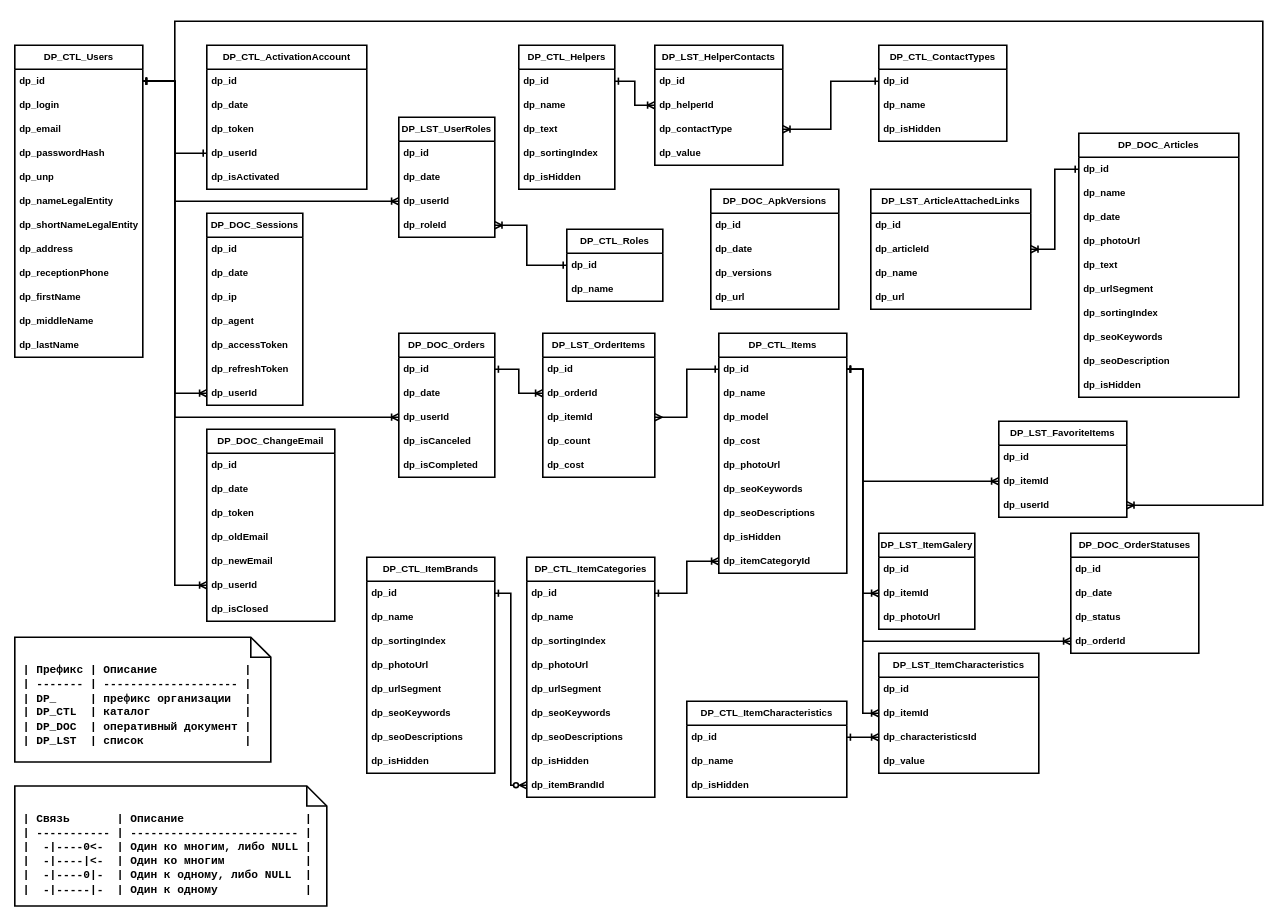
The draw.io diagram sources/images/db/db.drawio in Pavel-Innokentevich-Galanin/dp_report, before the edit. Source tidied: cells renumbered, new cells numbered last; positions are measured from the earlier drawing's top-left corner, leaving out a move shared by most shapes. Both pictures are drawn from the tidied source at 80%, with x=0, y=0 at pixel (14, 21).
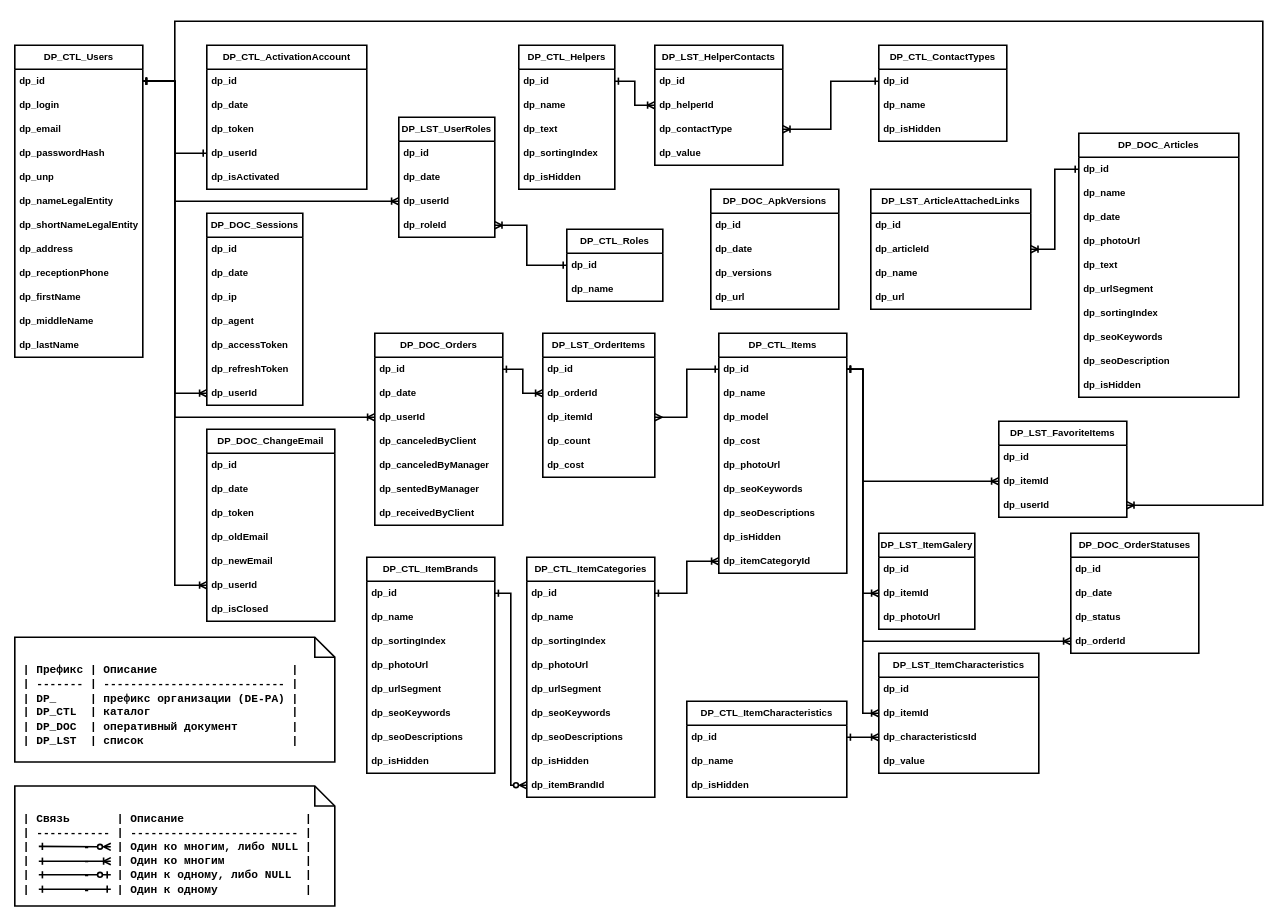
The same page after the edit.

Diff of the diagram source:
```diff
@@
     <mxCell id="87" value="DP_DOC_Orders" style="swimlane;fontStyle=1;horizontal=1;startSize=30;whiteSpace=wrap;html=1;strokeWidth=2;" parent="1" vertex="1">
-      <mxGeometry x="480" y="390" width="120" height="180" as="geometry" />
+      <mxGeometry x="450" y="390" width="160" height="240" as="geometry" />
     </mxCell>
     <mxCell id="88" value="dp_id" style="text;strokeColor=none;fillColor=none;align=left;verticalAlign=middle;spacingLeft=4;spacingRight=4;overflow=hidden;points=[[0,0.5],[1,0.5]];portConstraint=eastwest;whiteSpace=wrap;html=1;strokeWidth=2;fontStyle=1;" parent="87" vertex="1">
-      <mxGeometry y="30" width="120" height="30" as="geometry" />
+      <mxGeometry y="30" width="160" height="30" as="geometry" />
     </mxCell>
     <mxCell id="89" value="dp_date" style="text;strokeColor=none;fillColor=none;align=left;verticalAlign=middle;spacingLeft=4;spacingRight=4;overflow=hidden;whiteSpace=wrap;html=1;strokeWidth=2;fontStyle=1;" parent="87" vertex="1">
-      <mxGeometry y="60" width="120" height="30" as="geometry" />
+      <mxGeometry y="60" width="160" height="30" as="geometry" />
     </mxCell>
     <mxCell id="90" value="dp_userId" style="text;strokeColor=none;fillColor=none;align=left;verticalAlign=middle;spacingLeft=4;spacingRight=4;overflow=hidden;points=[[0,0.5],[1,0.5]];portConstraint=eastwest;whiteSpace=wrap;html=1;strokeWidth=2;fontStyle=1;" parent="87" vertex="1">
-      <mxGeometry y="90" width="120" height="30" as="geometry" />
+      <mxGeometry y="90" width="160" height="30" as="geometry" />
     </mxCell>
-    <mxCell id="91" value="dp_isCanceled" style="text;strokeColor=none;fillColor=none;align=left;verticalAlign=middle;spacingLeft=4;spacingRight=4;overflow=hidden;whiteSpace=wrap;html=1;strokeWidth=2;fontStyle=1;" parent="87" vertex="1">
-      <mxGeometry y="120" width="120" height="30" as="geometry" />
+    <mxCell id="91" value="dp_canceledByClient" style="text;strokeColor=none;fillColor=none;align=left;verticalAlign=middle;spacingLeft=4;spacingRight=4;overflow=hidden;whiteSpace=wrap;html=1;strokeWidth=2;fontStyle=1;" parent="87" vertex="1">
+      <mxGeometry y="120" width="160" height="30" as="geometry" />
     </mxCell>
+    <mxCell id="165" value="dp_canceledByManager" style="text;strokeColor=none;fillColor=none;align=left;verticalAlign=middle;spacingLeft=4;spacingRight=4;overflow=hidden;whiteSpace=wrap;html=1;strokeWidth=2;fontStyle=1;" parent="87" vertex="1">
+      <mxGeometry y="150" width="160" height="30" as="geometry" />
+    </mxCell>
+    <mxCell id="166" value="dp_sentedByManager" style="text;strokeColor=none;fillColor=none;align=left;verticalAlign=middle;spacingLeft=4;spacingRight=4;overflow=hidden;whiteSpace=wrap;html=1;strokeWidth=2;fontStyle=1;" parent="87" vertex="1">
+      <mxGeometry y="180" width="160" height="30" as="geometry" />
+    </mxCell>
-    <mxCell id="92" value="dp_isCompleted" style="text;strokeColor=none;fillColor=none;align=left;verticalAlign=middle;spacingLeft=4;spacingRight=4;overflow=hidden;whiteSpace=wrap;html=1;strokeWidth=2;fontStyle=1;" parent="87" vertex="1">
-      <mxGeometry y="150" width="120" height="30" as="geometry" />
+    <mxCell id="92" value="dp_receivedByClient" style="text;strokeColor=none;fillColor=none;align=left;verticalAlign=middle;spacingLeft=4;spacingRight=4;overflow=hidden;whiteSpace=wrap;html=1;strokeWidth=2;fontStyle=1;" parent="87" vertex="1">
+      <mxGeometry y="210" width="160" height="30" as="geometry" />
     </mxCell>
@@
-    <mxCell id="163" value="&lt;font face=&quot;Courier New&quot; style=&quot;font-size: 14px;&quot;&gt;&amp;nbsp;| Префикс | Описание&amp;nbsp; &amp;nbsp; &amp;nbsp; &amp;nbsp; &amp;nbsp; &amp;nbsp; &amp;nbsp;|&lt;br style=&quot;font-size: 14px;&quot;&gt;&amp;nbsp;| ------- | -------------------- |&lt;br style=&quot;font-size: 14px;&quot;&gt;&amp;nbsp;| DP_&amp;nbsp; &amp;nbsp; &amp;nbsp;| префикс организации&amp;nbsp; |&lt;br style=&quot;font-size: 14px;&quot;&gt;&amp;nbsp;| DP_CTL&amp;nbsp; | каталог&amp;nbsp; &amp;nbsp; &amp;nbsp; &amp;nbsp; &amp;nbsp; &amp;nbsp; &amp;nbsp; |&lt;br style=&quot;font-size: 14px;&quot;&gt;&amp;nbsp;| DP_DOC&amp;nbsp; | оперативный документ |&lt;br style=&quot;font-size: 14px;&quot;&gt;&amp;nbsp;| DP_LST&amp;nbsp; | список&amp;nbsp; &amp;nbsp; &amp;nbsp; &amp;nbsp; &amp;nbsp; &amp;nbsp; &amp;nbsp; &amp;nbsp;|&lt;br&gt;&lt;br&gt;&lt;/font&gt;" style="shape=note2;boundedLbl=1;whiteSpace=wrap;html=1;size=25;verticalAlign=top;align=left;strokeWidth=2;fontStyle=1;fontSize=14;" parent="1" vertex="1">
-      <mxGeometry y="770" width="320" height="156" as="geometry" />
+    <mxCell id="163" value="&lt;font face=&quot;Courier New&quot; style=&quot;font-size: 14px;&quot;&gt;&amp;nbsp;| Префикс | Описание&amp;nbsp; &amp;nbsp; &amp;nbsp; &amp;nbsp; &amp;nbsp; &amp;nbsp; &amp;nbsp; &amp;nbsp; &amp;nbsp; &amp;nbsp; |&lt;br style=&quot;font-size: 14px;&quot;&gt;&amp;nbsp;| ------- | --------------------------- |&lt;br style=&quot;font-size: 14px;&quot;&gt;&amp;nbsp;| DP_&amp;nbsp; &amp;nbsp; &amp;nbsp;| префикс организации (DE-PA) |&lt;br style=&quot;font-size: 14px;&quot;&gt;&amp;nbsp;| DP_CTL&amp;nbsp; | каталог&amp;nbsp; &amp;nbsp; &amp;nbsp; &amp;nbsp; &amp;nbsp; &amp;nbsp; &amp;nbsp; &amp;nbsp; &amp;nbsp; &amp;nbsp; &amp;nbsp;|&lt;br style=&quot;font-size: 14px;&quot;&gt;&amp;nbsp;| DP_DOC&amp;nbsp; | оперативный документ&amp;nbsp; &amp;nbsp; &amp;nbsp; &amp;nbsp; |&lt;br style=&quot;font-size: 14px;&quot;&gt;&amp;nbsp;| DP_LST&amp;nbsp; | список&amp;nbsp; &amp;nbsp; &amp;nbsp; &amp;nbsp; &amp;nbsp; &amp;nbsp; &amp;nbsp; &amp;nbsp; &amp;nbsp; &amp;nbsp; &amp;nbsp; |&lt;br&gt;&lt;br&gt;&lt;/font&gt;" style="shape=note2;boundedLbl=1;whiteSpace=wrap;html=1;size=25;verticalAlign=top;align=left;strokeWidth=2;fontStyle=1;fontSize=14;" parent="1" vertex="1">
+      <mxGeometry y="770" width="400" height="156" as="geometry" />
     </mxCell>
-    <mxCell id="164" value="&lt;font face=&quot;Courier New&quot; style=&quot;font-size: 14px;&quot;&gt;&amp;nbsp;| Связь&amp;nbsp; &amp;nbsp; &amp;nbsp; &amp;nbsp;| Описание&amp;nbsp; &amp;nbsp; &amp;nbsp; &amp;nbsp; &amp;nbsp; &amp;nbsp; &amp;nbsp; &amp;nbsp; &amp;nbsp; |&lt;br&gt;&amp;nbsp;| ----------- | ------------------------- |&lt;br&gt;&amp;nbsp;|&amp;nbsp; -|----0&amp;lt;-&amp;nbsp; | Один ко многим, либо NULL |&lt;br&gt;&amp;nbsp;|&amp;nbsp; -|----|&amp;lt;-&amp;nbsp; | Один ко многим&amp;nbsp; &amp;nbsp; &amp;nbsp; &amp;nbsp; &amp;nbsp; &amp;nbsp; |&lt;br&gt;&amp;nbsp;|&amp;nbsp; -|----0|-&amp;nbsp; | Один к одному, либо NULL&amp;nbsp; |&lt;br&gt;&amp;nbsp;|&amp;nbsp; -|-----|-&amp;nbsp; | Один к одному&amp;nbsp; &amp;nbsp; &amp;nbsp; &amp;nbsp; &amp;nbsp; &amp;nbsp; &amp;nbsp;|&lt;br&gt;&lt;/font&gt;" style="shape=note2;boundedLbl=1;whiteSpace=wrap;html=1;size=25;verticalAlign=top;align=left;strokeWidth=2;fontStyle=1;fontSize=14;" parent="1" vertex="1">
-      <mxGeometry y="956" width="390" height="150" as="geometry" />
+    <mxCell id="164" value="&lt;font face=&quot;Courier New&quot; style=&quot;font-size: 14px;&quot;&gt;&amp;nbsp;| Связь&amp;nbsp; &amp;nbsp; &amp;nbsp; &amp;nbsp;| Описание&amp;nbsp; &amp;nbsp; &amp;nbsp; &amp;nbsp; &amp;nbsp; &amp;nbsp; &amp;nbsp; &amp;nbsp; &amp;nbsp; |&lt;br&gt;&amp;nbsp;| ----------- | ------------------------- |&lt;br&gt;&amp;nbsp;|&amp;nbsp; &amp;nbsp; &amp;nbsp; &amp;nbsp; -&amp;nbsp; &amp;nbsp; | Один ко многим, либо NULL |&lt;br&gt;&amp;nbsp;|&amp;nbsp; &amp;nbsp; &amp;nbsp; &amp;nbsp; -&amp;nbsp; &amp;nbsp; | Один ко многим&amp;nbsp; &amp;nbsp; &amp;nbsp; &amp;nbsp; &amp;nbsp; &amp;nbsp; |&lt;br&gt;&amp;nbsp;|&amp;nbsp; &amp;nbsp; &amp;nbsp; &amp;nbsp; -&amp;nbsp; &amp;nbsp; | Один к одному, либо NULL&amp;nbsp; |&lt;br&gt;&amp;nbsp;|&amp;nbsp; &amp;nbsp; &amp;nbsp; &amp;nbsp; -&amp;nbsp; &amp;nbsp; | Один к одному&amp;nbsp; &amp;nbsp; &amp;nbsp; &amp;nbsp; &amp;nbsp; &amp;nbsp; &amp;nbsp;|&lt;br&gt;&lt;/font&gt;" style="shape=note2;boundedLbl=1;whiteSpace=wrap;html=1;size=25;verticalAlign=top;align=left;strokeWidth=2;fontStyle=1;fontSize=14;" parent="1" vertex="1">
+      <mxGeometry y="956" width="400" height="150" as="geometry" />
     </mxCell>
+    <mxCell id="167" style="endArrow=ERone;html=1;rounded=0;strokeWidth=2;endFill=0;startArrow=ERzeroToMany;startFill=0;" parent="1" edge="1">
+      <mxGeometry relative="1" as="geometry">
+        <mxPoint x="120" y="1032" as="sourcePoint" />
+        <mxPoint x="30" y="1031.5" as="targetPoint" />
+      </mxGeometry>
+    </mxCell>
+    <mxCell id="168" style="endArrow=ERone;html=1;rounded=0;strokeWidth=2;endFill=0;startArrow=ERoneToMany;startFill=0;" parent="1" edge="1">
+      <mxGeometry relative="1" as="geometry">
+        <mxPoint x="120" y="1050" as="sourcePoint" />
+        <mxPoint x="30" y="1050" as="targetPoint" />
+      </mxGeometry>
+    </mxCell>
+    <mxCell id="169" style="endArrow=ERone;html=1;rounded=0;strokeWidth=2;endFill=0;startArrow=ERzeroToOne;startFill=0;" parent="1" edge="1">
+      <mxGeometry relative="1" as="geometry">
+        <mxPoint x="120" y="1067" as="sourcePoint" />
+        <mxPoint x="30" y="1067" as="targetPoint" />
+      </mxGeometry>
+    </mxCell>
+    <mxCell id="170" style="endArrow=ERone;html=1;rounded=0;strokeWidth=2;endFill=0;startArrow=ERone;startFill=0;" parent="1" edge="1">
+      <mxGeometry relative="1" as="geometry">
+        <mxPoint x="120" y="1085" as="sourcePoint" />
+        <mxPoint x="30" y="1085" as="targetPoint" />
+      </mxGeometry>
+    </mxCell>
```
